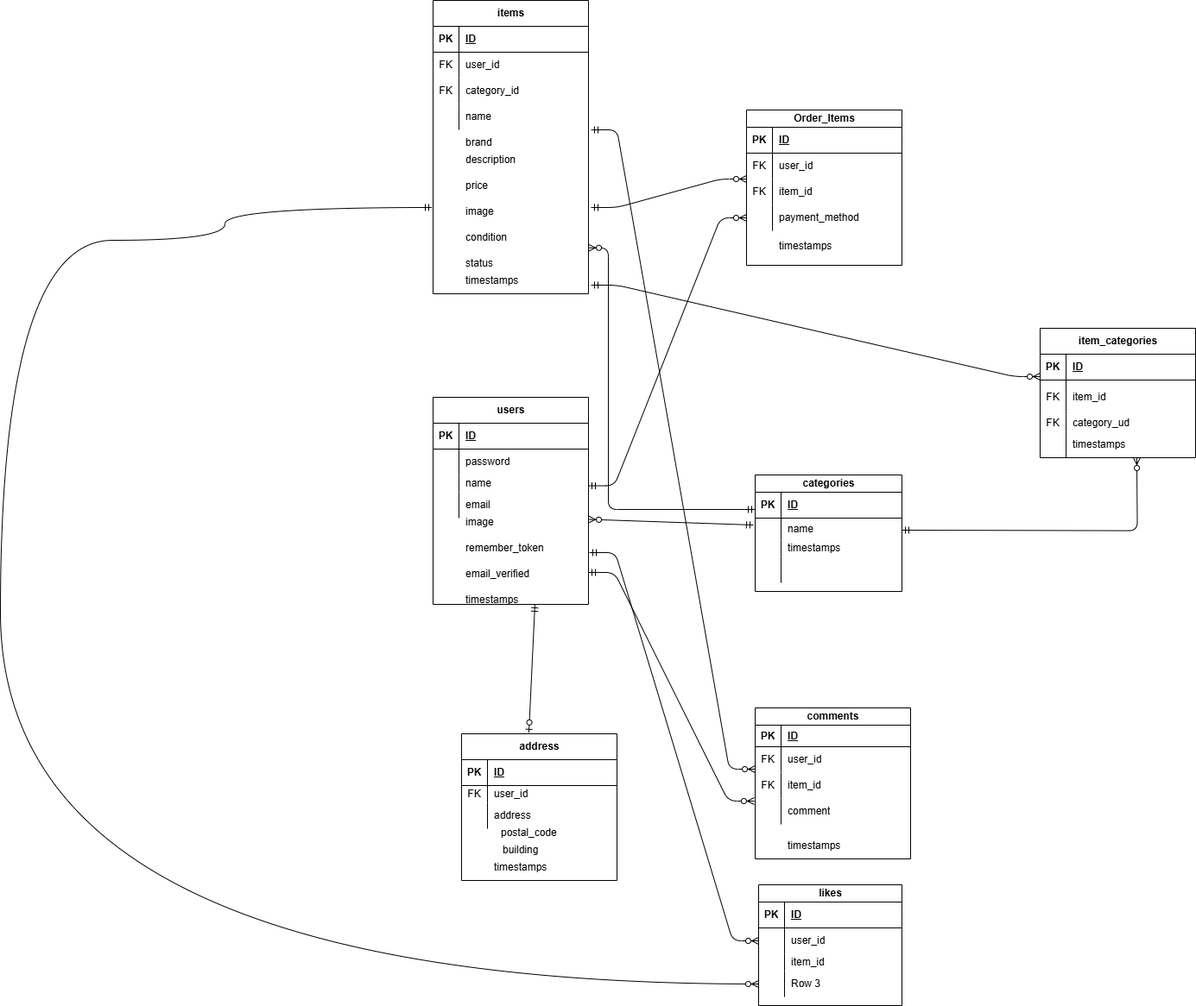
The draw.io diagram .drawio.png in Kotaro-905/ec-site, before a commit. Source tidied: cells renumbered, new cells last; positions are measured from the earlier drawing's top-left corner, leaving out a move shared by most shapes.
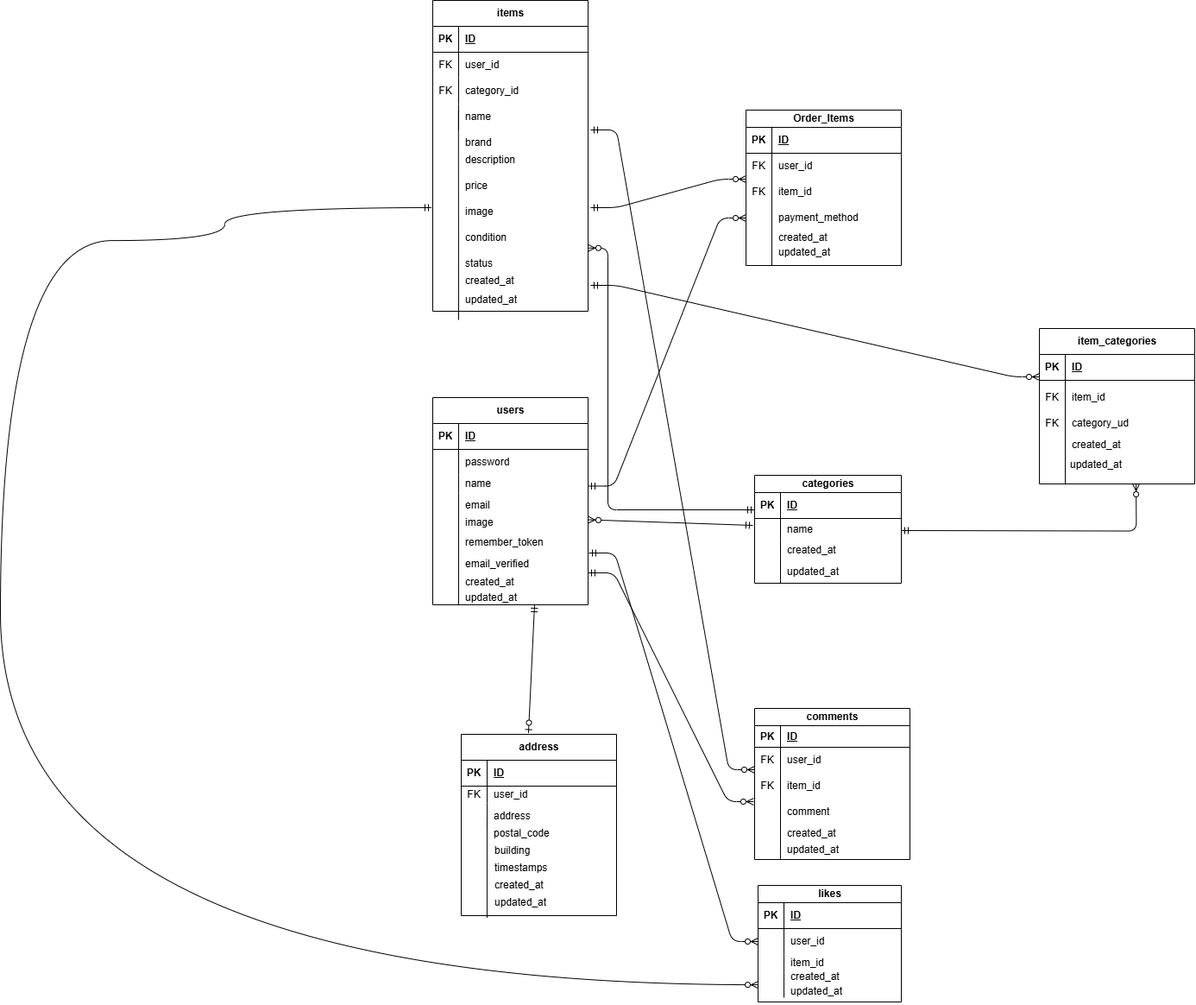
The same file after the commit.

Diff of the diagram source:
```diff
@@ -1,4 +1,4 @@
-<mxGraphModel>
+<mxGraphModel background="#ffffff">
   <root>
     <mxCell id="0" />
     <mxCell id="1" parent="0" />
@@ -42,7 +42,7 @@
       <mxGeometry x="30" width="150" height="30" as="geometry" />
     </mxCell>
     <mxCell id="15" value="address" style="shape=table;startSize=30;rowLines=0;fontStyle=1;align=center;html=1;" parent="1" vertex="1">
-      <mxGeometry x="534" y="850" width="180" height="170" as="geometry" />
+      <mxGeometry x="534" y="850" width="180" height="210" as="geometry" />
     </mxCell>
     <mxCell id="16" style="shape=tableRow;horizontal=0;startSize=0;swimlaneHead=0;swimlaneBody=0;fillColor=none;top=0;left=0;right=0;bottom=1;" parent="15" vertex="1">
       <mxGeometry y="30" width="180" height="30" as="geometry" />
@@ -72,7 +72,7 @@
       <mxGeometry x="30" width="150" height="30" as="geometry" />
     </mxCell>
     <mxCell id="25" value="items" style="shape=table;startSize=30;rowLines=0;fontStyle=1;align=center;html=1;" parent="1" vertex="1">
-      <mxGeometry x="501" width="180" height="340" as="geometry" />
+      <mxGeometry x="501" width="180" height="360" as="geometry" />
     </mxCell>
     <mxCell id="26" style="shape=tableRow;horizontal=0;startSize=0;swimlaneHead=0;swimlaneBody=0;fillColor=none;top=0;left=0;right=0;bottom=1;" parent="25" vertex="1">
       <mxGeometry y="30" width="180" height="30" as="geometry" />
@@ -111,7 +111,7 @@
       <mxGeometry x="30" width="150" height="30" as="geometry" />
     </mxCell>
     <mxCell id="38" value="categories" style="shape=table;startSize=20;rowLines=0;fontStyle=1;align=center;html=1;" parent="1" vertex="1">
-      <mxGeometry x="874" y="550" width="170" height="135" as="geometry" />
+      <mxGeometry x="874" y="550" width="170" height="125" as="geometry" />
     </mxCell>
     <mxCell id="39" style="shape=tableRow;horizontal=0;startSize=0;swimlaneHead=0;swimlaneBody=0;fillColor=none;points=[[0,0.5],[1,0.5]];portConstraint=eastwest;top=0;left=0;right=0;bottom=1;" parent="38" vertex="1">
       <mxGeometry y="20" width="170" height="30" as="geometry" />
@@ -137,7 +137,7 @@
     <mxCell id="46" style="shape=partialRectangle;fillColor=none;top=0;left=0;bottom=0;right=0;overflow=hidden;whiteSpace=wrap;html=1;" parent="45" vertex="1">
       <mxGeometry width="30" height="20" as="geometry" />
     </mxCell>
-    <mxCell id="47" value="timestamps" style="shape=partialRectangle;fillColor=none;top=0;left=0;bottom=0;right=0;align=left;spacingLeft=6;overflow=hidden;whiteSpace=wrap;html=1;" parent="45" vertex="1">
+    <mxCell id="47" style="shape=partialRectangle;fillColor=none;top=0;left=0;bottom=0;right=0;align=left;spacingLeft=6;overflow=hidden;whiteSpace=wrap;html=1;" parent="45" vertex="1">
       <mxGeometry x="30" width="140" height="20" as="geometry" />
     </mxCell>
     <mxCell id="48" style="shape=tableRow;horizontal=0;startSize=0;swimlaneHead=0;swimlaneBody=0;fillColor=none;top=0;left=0;right=0;bottom=0;" parent="38" vertex="1">
@@ -213,10 +213,10 @@
       <mxGeometry x="531" y="290" width="150" height="30" as="geometry" />
     </mxCell>
     <mxCell id="72" value="building" style="shape=partialRectangle;fillColor=none;top=0;left=0;bottom=0;right=0;align=left;spacingLeft=6;overflow=hidden;whiteSpace=wrap;html=1;" parent="1" vertex="1">
-      <mxGeometry x="574" y="970" width="150" height="30" as="geometry" />
+      <mxGeometry x="565" y="970" width="150" height="30" as="geometry" />
     </mxCell>
     <mxCell id="73" value="postal_code" style="shape=partialRectangle;fillColor=none;top=0;left=0;bottom=0;right=0;align=left;spacingLeft=6;overflow=hidden;whiteSpace=wrap;html=1;" parent="1" vertex="1">
-      <mxGeometry x="572" y="950" width="150" height="30" as="geometry" />
+      <mxGeometry x="564" y="950" width="150" height="30" as="geometry" />
     </mxCell>
     <mxCell id="74" style="shape=tableRow;horizontal=0;startSize=0;swimlaneHead=0;swimlaneBody=0;fillColor=none;top=0;left=0;right=0;bottom=0;" parent="1" vertex="1">
       <mxGeometry x="354" y="390" width="180" height="30" as="geometry" />
@@ -251,26 +251,17 @@
         </Array>
       </mxGeometry>
     </mxCell>
-    <mxCell id="78" value="timestamps" style="shape=partialRectangle;fillColor=none;top=0;left=0;bottom=0;right=0;align=left;spacingLeft=6;overflow=hidden;whiteSpace=wrap;html=1;" parent="1" vertex="1">
-      <mxGeometry x="531" y="310" width="140" height="30" as="geometry" />
-    </mxCell>
-    <mxCell id="79" value="timestamps" style="shape=partialRectangle;fillColor=none;top=0;left=0;bottom=0;right=0;align=left;spacingLeft=6;overflow=hidden;whiteSpace=wrap;html=1;" parent="1" vertex="1">
-      <mxGeometry x="894" y="270" width="140" height="30" as="geometry" />
-    </mxCell>
-    <mxCell id="80" value="timestamps" style="shape=partialRectangle;fillColor=none;top=0;left=0;bottom=0;right=0;align=left;spacingLeft=6;overflow=hidden;whiteSpace=wrap;html=1;" parent="1" vertex="1">
-      <mxGeometry x="531" y="680" width="140" height="30" as="geometry" />
-    </mxCell>
     <mxCell id="81" value="timestamps" style="shape=partialRectangle;fillColor=none;top=0;left=0;bottom=0;right=0;align=left;spacingLeft=6;overflow=hidden;whiteSpace=wrap;html=1;" parent="1" vertex="1">
-      <mxGeometry x="564" y="990" width="140" height="30" as="geometry" />
+      <mxGeometry x="565" y="990" width="140" height="30" as="geometry" />
     </mxCell>
     <mxCell id="82" value="remember_token" style="shape=partialRectangle;fillColor=none;top=0;left=0;bottom=0;right=0;align=left;spacingLeft=6;overflow=hidden;whiteSpace=wrap;html=1;" parent="1" vertex="1">
-      <mxGeometry x="531" y="620" width="140" height="30" as="geometry" />
+      <mxGeometry x="531" y="613" width="140" height="30" as="geometry" />
     </mxCell>
     <mxCell id="83" value="email_verified" style="shape=partialRectangle;fillColor=none;top=0;left=0;bottom=0;right=0;align=left;spacingLeft=6;overflow=hidden;whiteSpace=wrap;html=1;" parent="1" vertex="1">
-      <mxGeometry x="531" y="650" width="140" height="30" as="geometry" />
+      <mxGeometry x="531" y="638" width="140" height="30" as="geometry" />
     </mxCell>
     <mxCell id="84" value="item_categories" style="shape=table;startSize=30;rowLines=0;fontStyle=1;align=center;html=1;" parent="1" vertex="1">
-      <mxGeometry x="1204" y="380" width="180" height="150" as="geometry" />
+      <mxGeometry x="1204" y="380" width="180" height="180" as="geometry" />
     </mxCell>
     <mxCell id="85" style="shape=tableRow;horizontal=0;startSize=0;swimlaneHead=0;swimlaneBody=0;fillColor=none;top=0;left=0;right=0;bottom=1;" parent="84" vertex="1">
       <mxGeometry y="30" width="180" height="30" as="geometry" />
@@ -305,7 +296,7 @@
     <mxCell id="95" style="shape=partialRectangle;fillColor=none;top=0;left=0;bottom=0;right=0;overflow=hidden;whiteSpace=wrap;html=1;" parent="94" vertex="1">
       <mxGeometry width="30" height="30" as="geometry" />
     </mxCell>
-    <mxCell id="96" value="timestamps" style="shape=partialRectangle;fillColor=none;top=0;left=0;bottom=0;right=0;align=left;spacingLeft=6;overflow=hidden;whiteSpace=wrap;html=1;" parent="94" vertex="1">
+    <mxCell id="96" style="shape=partialRectangle;fillColor=none;top=0;left=0;bottom=0;right=0;align=left;spacingLeft=6;overflow=hidden;whiteSpace=wrap;html=1;" parent="94" vertex="1">
       <mxGeometry x="30" width="150" height="30" as="geometry" />
     </mxCell>
     <mxCell id="97" value="comments" style="shape=table;startSize=20;rowLines=0;fontStyle=1;align=center;html=1;" parent="1" vertex="1">
@@ -347,9 +338,6 @@
     <mxCell id="109" value="comment" style="shape=partialRectangle;fillColor=none;top=0;left=0;bottom=0;right=0;align=left;spacingLeft=6;overflow=hidden;whiteSpace=wrap;html=1;" parent="107" vertex="1">
       <mxGeometry x="30" width="150" height="30" as="geometry" />
     </mxCell>
-    <mxCell id="110" value="timestamps" style="shape=partialRectangle;fillColor=none;top=0;left=0;bottom=0;right=0;align=left;spacingLeft=6;overflow=hidden;whiteSpace=wrap;html=1;" parent="1" vertex="1">
-      <mxGeometry x="904" y="965" width="140" height="30" as="geometry" />
-    </mxCell>
     <mxCell id="111" style="fontSize=12;html=1;endArrow=ERzeroToMany;startArrow=ERmandOne;edgeStyle=orthogonalEdgeStyle;curved=1;" parent="1" edge="1" target="122">
       <mxGeometry relative="1" as="geometry">
         <mxPoint x="500" y="240" as="sourcePoint" />
@@ -362,7 +350,7 @@
       </mxGeometry>
     </mxCell>
     <mxCell id="112" value="likes" style="shape=table;startSize=20;rowLines=0;fontStyle=1;align=center;html=1;" parent="1" vertex="1">
-      <mxGeometry x="878" y="1025" width="166" height="140" as="geometry" />
+      <mxGeometry x="878" y="1025" width="166" height="135" as="geometry" />
     </mxCell>
     <mxCell id="113" style="shape=tableRow;horizontal=0;startSize=0;swimlaneHead=0;swimlaneBody=0;fillColor=none;top=0;left=0;right=0;bottom=1;" parent="112" vertex="1">
       <mxGeometry y="20" width="166" height="30" as="geometry" />
@@ -397,13 +385,13 @@
     <mxCell id="123" style="shape=partialRectangle;fillColor=none;top=0;left=0;bottom=0;right=0;overflow=hidden;whiteSpace=wrap;html=1;" parent="122" vertex="1">
       <mxGeometry width="30" height="30" as="geometry" />
     </mxCell>
-    <mxCell id="124" value="Row 3" style="shape=partialRectangle;fillColor=none;top=0;left=0;bottom=0;right=0;align=left;spacingLeft=6;overflow=hidden;whiteSpace=wrap;html=1;" parent="122" vertex="1">
+    <mxCell id="124" style="shape=partialRectangle;fillColor=none;top=0;left=0;bottom=0;right=0;align=left;spacingLeft=6;overflow=hidden;whiteSpace=wrap;html=1;" parent="122" vertex="1">
       <mxGeometry x="30" width="136" height="30" as="geometry" />
     </mxCell>
-    <mxCell id="125" style="edgeStyle=orthogonalEdgeStyle;fontSize=12;html=1;endArrow=ERzeroToMany;startArrow=ERmandOne;entryX=0.622;entryY=0.967;entryDx=0;entryDy=0;entryPerimeter=0;" parent="1" edge="1">
+    <mxCell id="125" style="edgeStyle=orthogonalEdgeStyle;fontSize=12;html=1;endArrow=ERzeroToMany;startArrow=ERmandOne;" parent="1" edge="1">
       <mxGeometry relative="1" as="geometry">
         <mxPoint x="1044" y="614" as="sourcePoint" />
-        <mxPoint x="1316" y="530" as="targetPoint" />
+        <mxPoint x="1316" y="560" as="targetPoint" />
       </mxGeometry>
     </mxCell>
     <mxCell id="126" style="fontSize=12;html=1;endArrow=ERzeroToMany;startArrow=ERmandOne;exitX=-0.012;exitY=1.267;exitDx=0;exitDy=0;exitPerimeter=0;" parent="1" edge="1" source="39">
@@ -480,5 +468,89 @@
         <mxPoint x="619" y="700" as="sourcePoint" />
       </mxGeometry>
     </mxCell>
+    <mxCell id="133" style="endArrow=none;html=1;" parent="1" edge="1">
+      <mxGeometry relative="1" as="geometry">
+        <mxPoint x="531" y="700" as="sourcePoint" />
+        <mxPoint x="531" y="585" as="targetPoint" />
+      </mxGeometry>
+    </mxCell>
+    <mxCell id="134" value="created_at" style="shape=partialRectangle;fillColor=none;top=0;left=0;bottom=0;right=0;align=left;spacingLeft=6;overflow=hidden;whiteSpace=wrap;html=1;" parent="1" vertex="1">
+      <mxGeometry x="531" y="310" width="150" height="30" as="geometry" />
+    </mxCell>
+    <mxCell id="135" value="updated_at" style="shape=partialRectangle;fillColor=none;top=0;left=0;bottom=0;right=0;align=left;spacingLeft=6;overflow=hidden;whiteSpace=wrap;html=1;" parent="1" vertex="1">
+      <mxGeometry x="531" y="332" width="150" height="30" as="geometry" />
+    </mxCell>
+    <mxCell id="136" value="created_at" style="shape=partialRectangle;fillColor=none;top=0;left=0;bottom=0;right=0;align=left;spacingLeft=6;overflow=hidden;whiteSpace=wrap;html=1;" parent="1" vertex="1">
+      <mxGeometry x="531" y="659" width="150" height="30" as="geometry" />
+    </mxCell>
+    <mxCell id="137" value="updated_at" style="shape=partialRectangle;fillColor=none;top=0;left=0;bottom=0;right=0;align=left;spacingLeft=6;overflow=hidden;whiteSpace=wrap;html=1;" parent="1" vertex="1">
+      <mxGeometry x="531" y="677" width="150" height="30" as="geometry" />
+    </mxCell>
+    <mxCell id="138" value="updated_at" style="shape=partialRectangle;fillColor=none;top=0;left=0;bottom=0;right=0;align=left;spacingLeft=6;overflow=hidden;whiteSpace=wrap;html=1;" parent="1" vertex="1">
+      <mxGeometry x="565" y="1030" width="150" height="30" as="geometry" />
+    </mxCell>
+    <mxCell id="139" value="created_at" style="shape=partialRectangle;fillColor=none;top=0;left=0;bottom=0;right=0;align=left;spacingLeft=6;overflow=hidden;whiteSpace=wrap;html=1;" parent="1" vertex="1">
+      <mxGeometry x="565" y="1010" width="150" height="30" as="geometry" />
+    </mxCell>
+    <mxCell id="140" style="endArrow=none;html=1;" parent="1" edge="1">
+      <mxGeometry relative="1" as="geometry">
+        <mxPoint x="564" y="1062.5" as="sourcePoint" />
+        <mxPoint x="564" y="947.5" as="targetPoint" />
+      </mxGeometry>
+    </mxCell>
+    <mxCell id="141" value="updated_at" style="shape=partialRectangle;fillColor=none;top=0;left=0;bottom=0;right=0;align=left;spacingLeft=6;overflow=hidden;whiteSpace=wrap;html=1;" parent="1" vertex="1">
+      <mxGeometry x="904" y="969" width="150" height="30" as="geometry" />
+    </mxCell>
+    <mxCell id="142" value="created_at" style="shape=partialRectangle;fillColor=none;top=0;left=0;bottom=0;right=0;align=left;spacingLeft=6;overflow=hidden;whiteSpace=wrap;html=1;" parent="1" vertex="1">
+      <mxGeometry x="904" y="950" width="150" height="30" as="geometry" />
+    </mxCell>
+    <mxCell id="143" style="endArrow=none;html=1;" parent="1" edge="1">
+      <mxGeometry relative="1" as="geometry">
+        <mxPoint x="904" y="995" as="sourcePoint" />
+        <mxPoint x="904" y="930" as="targetPoint" />
+      </mxGeometry>
+    </mxCell>
+    <mxCell id="144" value="created_at" style="shape=partialRectangle;fillColor=none;top=0;left=0;bottom=0;right=0;align=left;spacingLeft=6;overflow=hidden;whiteSpace=wrap;html=1;" parent="1" vertex="1">
+      <mxGeometry x="904" y="622" width="150" height="30" as="geometry" />
+    </mxCell>
+    <mxCell id="145" value="updated_at" style="shape=partialRectangle;fillColor=none;top=0;left=0;bottom=0;right=0;align=left;spacingLeft=6;overflow=hidden;whiteSpace=wrap;html=1;" parent="1" vertex="1">
+      <mxGeometry x="904" y="647" width="150" height="30" as="geometry" />
+    </mxCell>
+    <mxCell id="146" value="created_at" style="shape=partialRectangle;fillColor=none;top=0;left=0;bottom=0;right=0;align=left;spacingLeft=6;overflow=hidden;whiteSpace=wrap;html=1;" parent="1" vertex="1">
+      <mxGeometry x="908" y="1116" width="150" height="30" as="geometry" />
+    </mxCell>
+    <mxCell id="147" value="updated_at" style="shape=partialRectangle;fillColor=none;top=0;left=0;bottom=0;right=0;align=left;spacingLeft=6;overflow=hidden;whiteSpace=wrap;html=1;" parent="1" vertex="1">
+      <mxGeometry x="908" y="1133" width="150" height="30" as="geometry" />
+    </mxCell>
+    <mxCell id="148" value="created_at" style="shape=partialRectangle;fillColor=none;top=0;left=0;bottom=0;right=0;align=left;spacingLeft=6;overflow=hidden;whiteSpace=wrap;html=1;" parent="1" vertex="1">
+      <mxGeometry x="894" y="260" width="150" height="30" as="geometry" />
+    </mxCell>
+    <mxCell id="149" value="updated_at" style="shape=partialRectangle;fillColor=none;top=0;left=0;bottom=0;right=0;align=left;spacingLeft=6;overflow=hidden;whiteSpace=wrap;html=1;" parent="1" vertex="1">
+      <mxGeometry x="894" y="277" width="150" height="30" as="geometry" />
+    </mxCell>
+    <mxCell id="150" value="created_at" style="shape=partialRectangle;fillColor=none;top=0;left=0;bottom=0;right=0;align=left;spacingLeft=6;overflow=hidden;whiteSpace=wrap;html=1;" parent="1" vertex="1">
+      <mxGeometry x="1234" y="500" width="150" height="30" as="geometry" />
+    </mxCell>
+    <mxCell id="151" value="updated_at" style="shape=partialRectangle;fillColor=none;top=0;left=0;bottom=0;right=0;align=left;spacingLeft=6;overflow=hidden;whiteSpace=wrap;html=1;" parent="1" vertex="1">
+      <mxGeometry x="1232" y="523" width="150" height="30" as="geometry" />
+    </mxCell>
+    <mxCell id="152" style="endArrow=none;html=1;" parent="1" edge="1">
+      <mxGeometry relative="1" as="geometry">
+        <mxPoint x="894" y="307" as="sourcePoint" />
+        <mxPoint x="894" y="192" as="targetPoint" />
+      </mxGeometry>
+    </mxCell>
+    <mxCell id="153" style="endArrow=none;html=1;" parent="1" edge="1">
+      <mxGeometry relative="1" as="geometry">
+        <mxPoint x="1234" y="560" as="sourcePoint" />
+        <mxPoint x="1234" y="445" as="targetPoint" />
+      </mxGeometry>
+    </mxCell>
+    <mxCell id="154" style="endArrow=none;html=1;" parent="1" edge="1">
+      <mxGeometry relative="1" as="geometry">
+        <mxPoint x="531" y="370" as="sourcePoint" />
+        <mxPoint x="530.8" y="127.5" as="targetPoint" />
+      </mxGeometry>
+    </mxCell>
   </root>
 </mxGraphModel>
```
